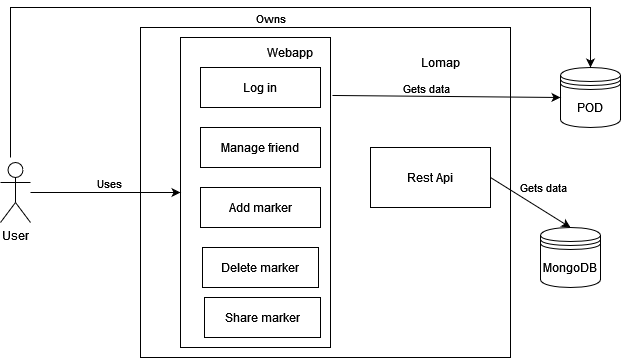
Earlier version of the draw.io export docs/images/05_Diagrama_Level_2.png (Arquisoft/lomap_es2b). Source tidied: cells renumbered, new cells last; positions are measured from the earlier drawing's top-left corner, leaving out a move shared by most shapes.
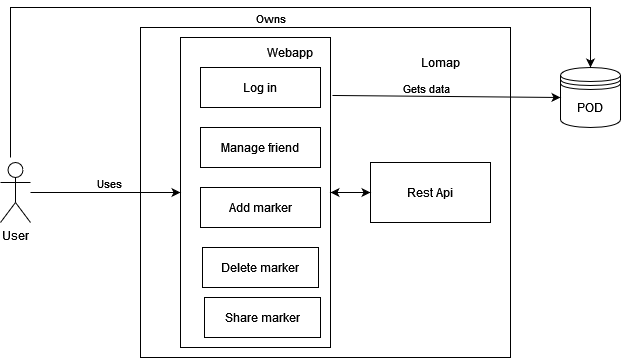
Above is the later version.

The edit, as a diff of the source:
```diff
@@ -25,9 +25,6 @@
     <mxCell id="8" value="POD" style="shape=datastore;whiteSpace=wrap;html=1;" parent="1" vertex="1">
       <mxGeometry x="560" y="60" width="60" height="60" as="geometry" />
     </mxCell>
-    <mxCell id="9" value="MongoDB" style="shape=datastore;whiteSpace=wrap;html=1;" parent="1" vertex="1">
-      <mxGeometry x="540" y="220" width="60" height="60" as="geometry" />
-    </mxCell>
     <mxCell id="10" value="Manage friend" style="rounded=0;whiteSpace=wrap;html=1;" parent="1" vertex="1">
       <mxGeometry x="200" y="120" width="120" height="40" as="geometry" />
     </mxCell>
@@ -38,16 +35,8 @@
       <mxGeometry x="260" y="30" width="60" height="30" as="geometry" />
     </mxCell>
     <mxCell id="13" value="Rest Api" style="rounded=0;whiteSpace=wrap;html=1;" parent="1" vertex="1">
-      <mxGeometry x="370" y="140" width="120" height="60" as="geometry" />
+      <mxGeometry x="370" y="155" width="120" height="60" as="geometry" />
     </mxCell>
-    <mxCell id="14" style="endArrow=classic;html=1;rounded=0;exitX=1;exitY=0.5;exitDx=0;exitDy=0;entryX=0.5;entryY=0;entryDx=0;entryDy=0;" parent="1" edge="1" source="13" target="9">
-      <mxGeometry relative="1" as="geometry" />
-    </mxCell>
-    <mxCell id="15" value="Gets data" style="edgeLabel;html=1;align=center;verticalAlign=middle;" parent="14" vertex="1">
-      <mxGeometry x="0.3" y="2" relative="1" as="geometry">
-        <mxPoint y="-21" as="offset" />
-      </mxGeometry>
-    </mxCell>
     <mxCell id="16" style="endArrow=classic;html=1;rounded=0;entryX=0.5;entryY=0;entryDx=0;entryDy=0;" parent="1" edge="1" target="8">
       <mxGeometry relative="1" as="geometry">
         <mxPoint x="10" y="150" as="sourcePoint" />
@@ -79,5 +68,8 @@
     <mxCell id="22" value="Share marker" style="rounded=0;whiteSpace=wrap;html=1;" parent="1" vertex="1">
       <mxGeometry x="204" y="290" width="116" height="40" as="geometry" />
     </mxCell>
+    <mxCell id="23" style="endArrow=classic;startArrow=classic;html=1;rounded=0;entryX=0;entryY=0.5;entryDx=0;entryDy=0;" parent="1" edge="1" source="3" target="13">
+      <mxGeometry relative="1" as="geometry" />
+    </mxCell>
   </root>
 </mxGraphModel>
```
